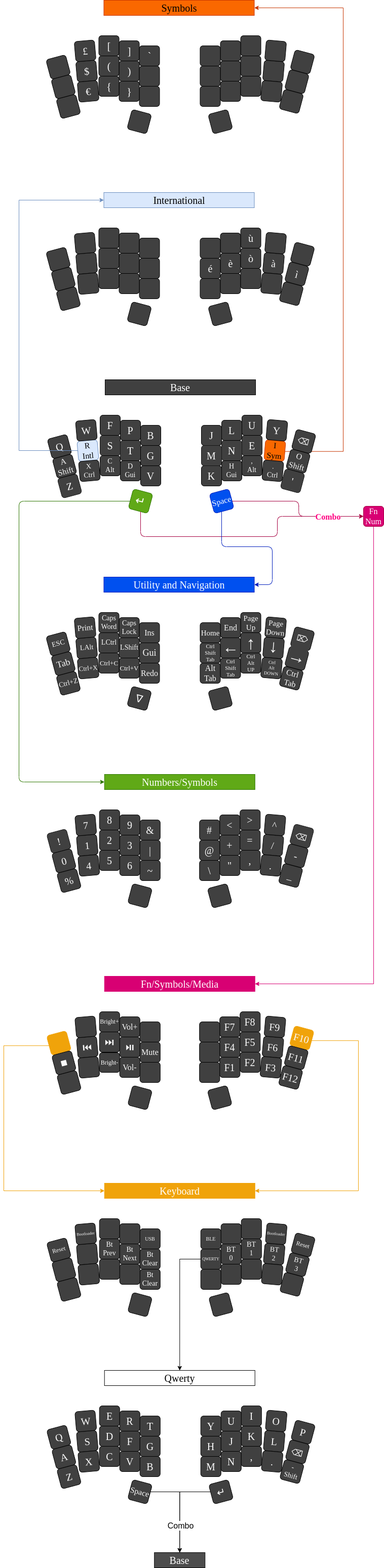
Before: Notwive.png, a diagram exported from draw.io (fractalysid/Notwaive). Source tidied: cells renumbered, new cells last; positions are measured from the earlier drawing's top-left corner, leaving out a move shared by most shapes.
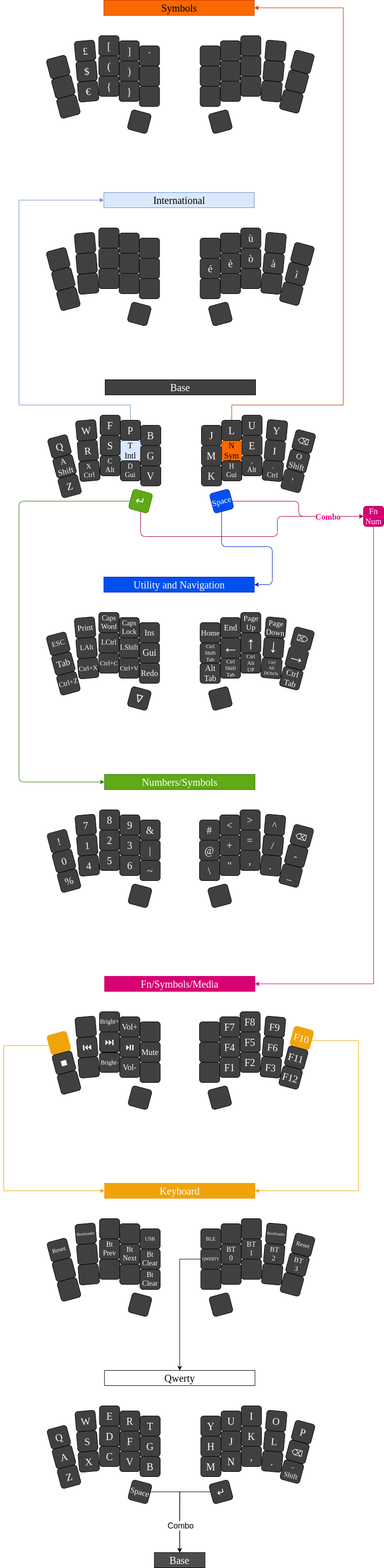
Above is the later version.

Commit message:
Moved keys to acces intl and syms. Again. T and N now

Change to the diagram source:
```diff
@@ -2,7 +2,7 @@
   <root>
     <mxCell id="0" />
     <mxCell id="1" parent="0" />
-    <mxCell id="2" value="R&lt;br style=&quot;font-size: 16px;&quot;&gt;Intl" style="rounded=1;whiteSpace=wrap;html=1;fontSize=16;fillColor=#dae8fc;fontFamily=Tahoma;rotation=355;strokeColor=#6c8ebf;verticalAlign=middle;" parent="1" vertex="1">
+    <mxCell id="2" value="R" style="rounded=1;whiteSpace=wrap;html=1;fontSize=20;fillColor=#404040;fontFamily=Tahoma;rotation=355;strokeColor=#171717;verticalAlign=middle;fontColor=#FFFFFF;" parent="1" vertex="1">
       <mxGeometry x="146" y="870" width="40" height="40" as="geometry" />
     </mxCell>
     <mxCell id="3" value="Base" style="rounded=0;whiteSpace=wrap;html=1;fontSize=20;fillColor=#404040;glass=0;sketch=0;fontColor=#FFFFFF;fontFamily=Lucida Console;" parent="1" vertex="1">
@@ -14,7 +14,7 @@
     <mxCell id="5" value="B" style="rounded=1;whiteSpace=wrap;html=1;fontSize=20;fillColor=#404040;fontFamily=Tahoma;fontColor=#FAFAFA;" parent="1" vertex="1">
       <mxGeometry x="270" y="840" width="40" height="40" as="geometry" />
     </mxCell>
-    <mxCell id="6" value="T" style="rounded=1;whiteSpace=wrap;html=1;fontSize=20;fillColor=#404040;fontFamily=Tahoma;fontColor=#ffffff;strokeColor=#171717;verticalAlign=middle;" parent="1" vertex="1">
+    <mxCell id="6" value="T&lt;br&gt;Intl" style="rounded=1;whiteSpace=wrap;html=1;fontSize=16;fillColor=#dae8fc;fontFamily=Tahoma;strokeColor=#6c8ebf;verticalAlign=middle;" parent="1" vertex="1">
       <mxGeometry x="230" y="870" width="40" height="40" as="geometry" />
     </mxCell>
     <mxCell id="7" value="G" style="rounded=1;whiteSpace=wrap;html=1;fontSize=20;fillColor=#404040;fontFamily=Tahoma;fontColor=#FAFAFA;" parent="1" vertex="1">
@@ -64,7 +64,7 @@
     <mxCell id="18" value="&lt;span style=&quot;font-family: &amp;quot;segoe ui emoji&amp;quot;, &amp;quot;apple color emoji&amp;quot;, &amp;quot;noto color emoji&amp;quot;; font-size: 23px;&quot;&gt;↵&lt;/span&gt;" style="rounded=1;whiteSpace=wrap;html=1;fontSize=23;fillColor=#60a917;fontFamily=Tahoma;fontColor=#ffffff;rotation=15;strokeColor=#2D7600;" parent="1" vertex="1">
       <mxGeometry x="250" y="970" width="40" height="40" as="geometry" />
     </mxCell>
-    <mxCell id="19" value="I&lt;br style=&quot;font-size: 16px;&quot;&gt;Sym" style="rounded=1;whiteSpace=wrap;html=1;fontSize=16;fillColor=#fa6800;fontFamily=Tahoma;fontColor=#000000;rotation=5;flipV=0;flipH=0;direction=east;strokeColor=#C73500;verticalAlign=middle;" parent="1" vertex="1">
+    <mxCell id="19" value="I" style="rounded=1;whiteSpace=wrap;html=1;fontSize=20;fillColor=#404040;fontFamily=Tahoma;fontColor=#FFFFFF;rotation=5;flipV=0;flipH=0;direction=east;strokeColor=#171717;verticalAlign=middle;" parent="1" vertex="1">
       <mxGeometry x="515" y="870" width="40" height="40" as="geometry" />
     </mxCell>
     <mxCell id="20" value="K" style="rounded=1;whiteSpace=wrap;html=1;fontSize=20;fillColor=#404040;fontFamily=Tahoma;fontColor=#FAFAFA;flipV=0;flipH=0;direction=east;" parent="1" vertex="1">
@@ -73,7 +73,7 @@
     <mxCell id="21" value="J" style="rounded=1;whiteSpace=wrap;html=1;fontSize=20;fillColor=#404040;fontFamily=Tahoma;fontColor=#FAFAFA;flipV=0;flipH=0;direction=east;" parent="1" vertex="1">
       <mxGeometry x="390" y="840" width="40" height="40" as="geometry" />
     </mxCell>
-    <mxCell id="22" value="N" style="rounded=1;whiteSpace=wrap;html=1;fontSize=20;fillColor=#404040;fontFamily=Tahoma;fontColor=#ffffff;flipV=0;flipH=0;direction=east;strokeColor=#171717;verticalAlign=middle;" parent="1" vertex="1">
+    <mxCell id="22" value="N&lt;br style=&quot;font-size: 16px;&quot;&gt;Sym" style="rounded=1;whiteSpace=wrap;html=1;fontSize=16;fillColor=#fa6800;fontFamily=Tahoma;fontColor=#000000;flipV=0;flipH=0;direction=east;strokeColor=#C73500;verticalAlign=middle;" parent="1" vertex="1">
       <mxGeometry x="430" y="870" width="40" height="40" as="geometry" />
     </mxCell>
     <mxCell id="23" value="M" style="rounded=1;whiteSpace=wrap;html=1;fontSize=20;fillColor=#404040;fontFamily=Tahoma;fontColor=#FAFAFA;flipV=0;flipH=0;direction=east;strokeColor=#171717;" parent="1" vertex="1">
@@ -91,19 +91,20 @@
     <mxCell id="27" value=".&lt;br style=&quot;font-size: 14px;&quot;&gt;Ctrl" style="rounded=1;whiteSpace=wrap;html=1;fontSize=14;fillColor=#404040;fontFamily=Tahoma;fontColor=#FAFAFA;rotation=5;flipV=0;flipH=0;direction=east;verticalAlign=bottom;" parent="1" vertex="1">
       <mxGeometry x="511" y="910" width="40" height="40" as="geometry" />
     </mxCell>
-    <mxCell id="28" style="edgeStyle=orthogonalEdgeStyle;rounded=0;jettySize=auto;html=1;entryX=0;entryY=0.5;entryDx=0;entryDy=0;fillColor=#dae8fc;strokeColor=#6c8ebf;exitX=0;exitY=0.5;exitDx=0;exitDy=0;" parent="1" edge="1" source="2" target="151">
+    <mxCell id="28" style="edgeStyle=orthogonalEdgeStyle;rounded=0;jettySize=auto;html=1;entryX=0;entryY=0.5;entryDx=0;entryDy=0;fillColor=#dae8fc;strokeColor=#6c8ebf;exitX=0.5;exitY=0;exitDx=0;exitDy=0;" parent="1" edge="1" source="6" target="151">
       <mxGeometry relative="1" as="geometry">
         <Array as="points">
-          <mxPoint x="146" y="890" />
-          <mxPoint x="30" y="890" />
+          <mxPoint x="250" y="800" />
+          <mxPoint x="30" y="800" />
           <mxPoint x="30" y="395" />
         </Array>
       </mxGeometry>
     </mxCell>
-    <mxCell id="29" style="edgeStyle=orthogonalEdgeStyle;rounded=0;jettySize=auto;html=1;fontColor=#FFFFFF;entryX=1;entryY=0.5;entryDx=0;entryDy=0;fillColor=#fa6800;strokeColor=#C73500;exitX=1;exitY=0.5;exitDx=0;exitDy=0;" parent="1" edge="1" source="19" target="250">
+    <mxCell id="29" style="edgeStyle=orthogonalEdgeStyle;rounded=0;jettySize=auto;html=1;fontColor=#FFFFFF;entryX=1;entryY=0.5;entryDx=0;entryDy=0;fillColor=#fa6800;strokeColor=#C73500;" parent="1" edge="1" source="22" target="250">
       <mxGeometry relative="1" as="geometry">
         <Array as="points">
-          <mxPoint x="670" y="892" />
+          <mxPoint x="450" y="800" />
+          <mxPoint x="670" y="800" />
           <mxPoint x="670" y="15" />
         </Array>
       </mxGeometry>
```
